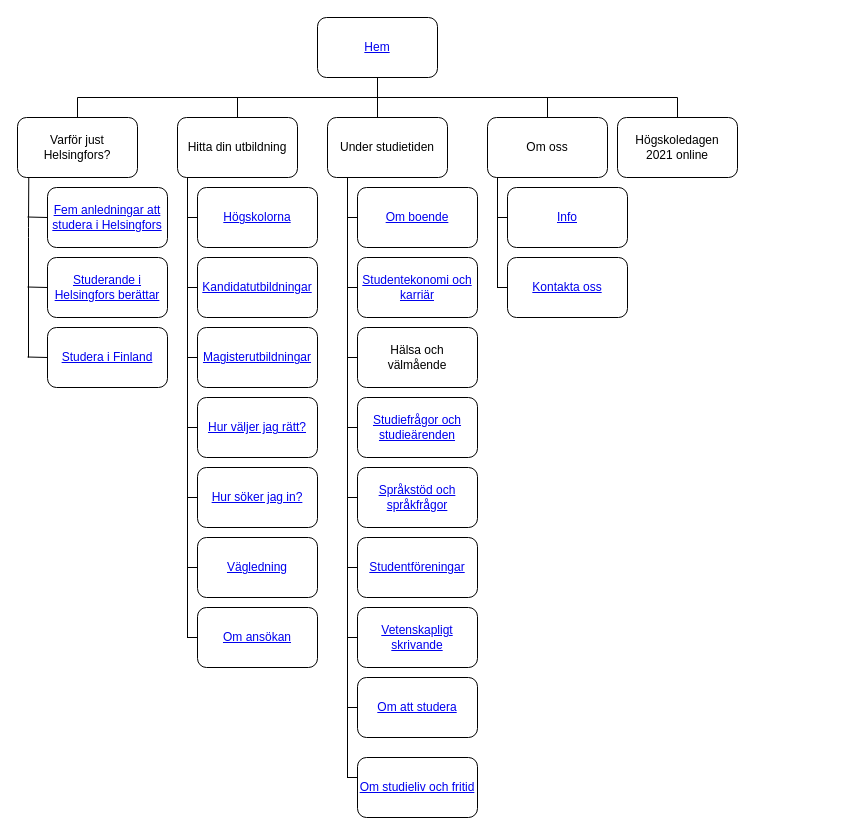
Romuruotsalainen/StuderaiHelsingfors keeps this draw.io diagram as SiH utvidgad.drawio. Above is the earlier version. Source tidied: cells renumbered, new cells numbered last; positions are measured from the earlier drawing's top-left corner, leaving out a move shared by most shapes. Both pictures are drawn from the tidied source at 100%, with x=0, y=0 at pixel (17, 17).
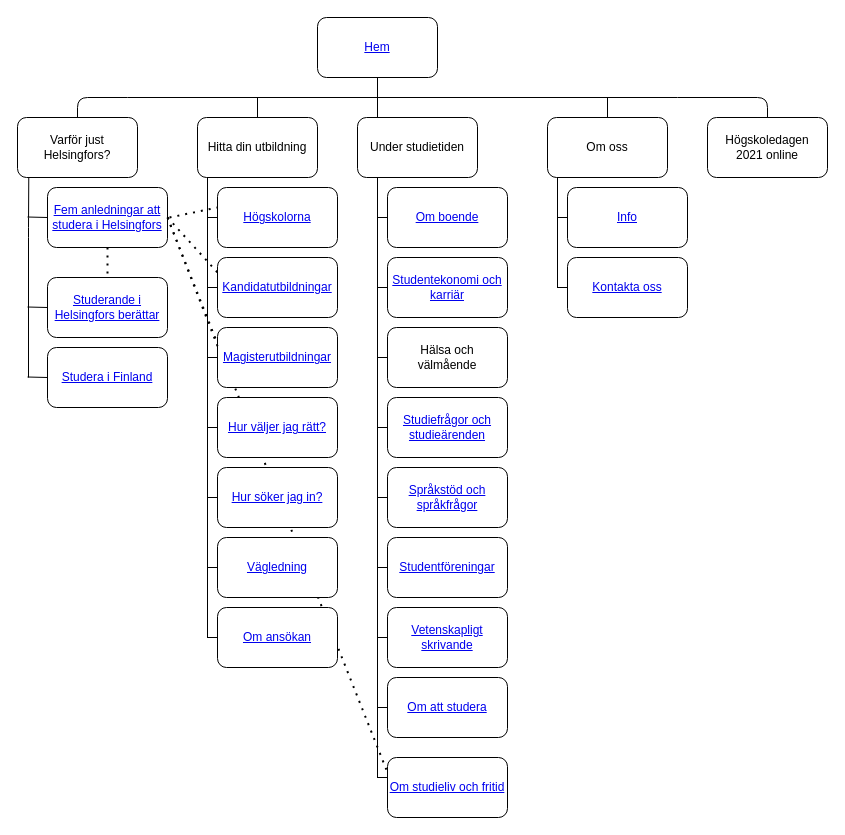
After the change.

Unchanged cells that the change refers to:
```xml
<mxCell id="3" value="Varför just Helsingfors?" style="rounded=1;whiteSpace=wrap;html=1;strokeWidth=1;" parent="1" vertex="1">
  <mxGeometry y="100" width="120" height="60" as="geometry" />
</mxCell>
```

What changed in the source:
```diff
@@
+    <mxCell id="59" style="endArrow=none;dashed=1;html=1;dashPattern=1 3;strokeWidth=2;entryX=0;entryY=0.25;entryDx=0;entryDy=0;" parent="1" edge="1" target="53">
+      <mxGeometry relative="1" as="geometry">
+        <mxPoint x="150" y="200" as="sourcePoint" />
+      </mxGeometry>
+    </mxCell>
@@
     <mxCell id="4" value="Hitta din utbildning" style="rounded=1;whiteSpace=wrap;html=1;strokeWidth=1;" parent="1" vertex="1">
-      <mxGeometry x="160" y="100" width="120" height="60" as="geometry" />
+      <mxGeometry x="180" y="100" width="120" height="60" as="geometry" />
     </mxCell>
     <mxCell id="5" value="Under studietiden" style="rounded=1;whiteSpace=wrap;html=1;strokeWidth=1;" parent="1" vertex="1">
-      <mxGeometry x="310" y="100" width="120" height="60" as="geometry" />
+      <mxGeometry x="340" y="100" width="120" height="60" as="geometry" />
     </mxCell>
     <mxCell id="6" value="Om oss" style="rounded=1;whiteSpace=wrap;html=1;strokeWidth=1;" parent="1" vertex="1">
-      <mxGeometry x="470" y="100" width="120" height="60" as="geometry" />
+      <mxGeometry x="530" y="100" width="120" height="60" as="geometry" />
     </mxCell>
     <mxCell id="7" value="Högskoledagen &lt;br&gt;2021 online" style="rounded=1;whiteSpace=wrap;html=1;strokeWidth=1;" parent="1" vertex="1">
-      <mxGeometry x="600" y="100" width="120" height="60" as="geometry" />
+      <mxGeometry x="690" y="100" width="120" height="60" as="geometry" />
     </mxCell>
-    <mxCell id="8" value="&lt;a href=&quot;https://www.studeraihelsingfors.fi/helsingfors/&quot;&gt;Fem anledningar att studera i Helsingfors&lt;/a&gt;" style="rounded=1;whiteSpace=wrap;html=1;strokeWidth=1;" parent="1" vertex="1">
+    <mxCell id="8" value="&lt;a href=&quot;https://github.com/Romuruotsalainen/StuderaiHelsingfors/blob/main/Fem anledningar att studera i Helsingfors&quot;&gt;Fem anledningar att studera i Helsingfors&lt;/a&gt;" style="rounded=1;whiteSpace=wrap;html=1;strokeWidth=1;" parent="1" vertex="1">
       <mxGeometry x="30" y="170" width="120" height="60" as="geometry" />
     </mxCell>
     <mxCell id="9" style="endArrow=none;html=1;exitX=0.5;exitY=0;exitDx=0;exitDy=0;strokeWidth=1;" parent="1" edge="1" source="3">
       <mxGeometry relative="1" as="geometry">
-        <mxPoint x="60" y="80" as="targetPoint" />
+        <mxPoint x="110" y="80" as="targetPoint" />
+        <Array as="points">
+          <mxPoint x="60" y="80" />
+        </Array>
       </mxGeometry>
     </mxCell>
     <mxCell id="10" style="endArrow=none;html=1;strokeWidth=1;" parent="1" edge="1">
       <mxGeometry relative="1" as="geometry">
-        <mxPoint x="60" y="80" as="sourcePoint" />
+        <mxPoint x="110" y="80" as="sourcePoint" />
         <mxPoint x="660" y="80" as="targetPoint" />
       </mxGeometry>
     </mxCell>
@@
     <mxCell id="12" style="endArrow=none;html=1;strokeWidth=1;" parent="1" edge="1" source="6">
       <mxGeometry relative="1" as="geometry">
-        <mxPoint x="530" y="80" as="targetPoint" />
+        <mxPoint x="590" y="80" as="targetPoint" />
       </mxGeometry>
     </mxCell>
     <mxCell id="13" style="endArrow=none;html=1;exitX=0.5;exitY=0;exitDx=0;exitDy=0;strokeWidth=1;" parent="1" edge="1" source="4">
       <mxGeometry relative="1" as="geometry">
-        <mxPoint x="220" y="80" as="targetPoint" />
+        <mxPoint x="240" y="80" as="targetPoint" />
       </mxGeometry>
     </mxCell>
     <mxCell id="14" style="endArrow=none;html=1;entryX=0.094;entryY=1;entryDx=0;entryDy=0;entryPerimeter=0;strokeWidth=1;" parent="1" edge="1" target="3">
       <mxGeometry relative="1" as="geometry">
-        <mxPoint x="11" y="340" as="sourcePoint" />
+        <mxPoint x="11" y="360" as="sourcePoint" />
         <Array as="points">
           <mxPoint x="11" y="210" />
         </Array>
       </mxGeometry>
     </mxCell>
     <mxCell id="15" value="&lt;a href=&quot;https://www.studeraihelsingfors.fi/hogskolor/&quot;&gt;Högskolorna&lt;/a&gt;" style="rounded=1;whiteSpace=wrap;html=1;strokeWidth=1;" parent="1" vertex="1">
-      <mxGeometry x="180" y="170" width="120" height="60" as="geometry" />
+      <mxGeometry x="200" y="170" width="120" height="60" as="geometry" />
     </mxCell>
     <mxCell id="16" value="&lt;a href=&quot;https://www.studeraihelsingfors.fi/kandidatutbildningar/&quot;&gt;Kandidatutbildningar&lt;/a&gt;" style="rounded=1;whiteSpace=wrap;html=1;strokeWidth=1;" parent="1" vertex="1">
-      <mxGeometry x="180" y="240" width="120" height="60" as="geometry" />
+      <mxGeometry x="200" y="240" width="120" height="60" as="geometry" />
     </mxCell>
     <mxCell id="17" value="&lt;a href=&quot;https://www.studeraihelsingfors.fi/vara-studenter-berattar/&quot;&gt;Studerande i Helsingfors berättar&lt;/a&gt;" style="rounded=1;whiteSpace=wrap;html=1;strokeWidth=1;" parent="1" vertex="1">
-      <mxGeometry x="30" y="240" width="120" height="60" as="geometry" />
+      <mxGeometry x="30" y="260" width="120" height="60" as="geometry" />
     </mxCell>
     <mxCell id="18" value="&lt;a href=&quot;https://www.studeraihelsingfors.fi/studera-i-finland/&quot;&gt;Studera i Finland&lt;/a&gt;" style="rounded=1;whiteSpace=wrap;html=1;strokeWidth=1;" parent="1" vertex="1">
-      <mxGeometry x="30" y="310" width="120" height="60" as="geometry" />
+      <mxGeometry x="30" y="330" width="120" height="60" as="geometry" />
     </mxCell>
@@
     <mxCell id="20" style="endArrow=none;html=1;strokeWidth=1;" parent="1" edge="1">
       <mxGeometry relative="1" as="geometry">
-        <mxPoint x="10" y="269.5" as="sourcePoint" />
-        <mxPoint x="30" y="270" as="targetPoint" />
+        <mxPoint x="10" y="289.5" as="sourcePoint" />
+        <mxPoint x="30" y="290" as="targetPoint" />
       </mxGeometry>
     </mxCell>
     <mxCell id="21" style="endArrow=none;html=1;strokeWidth=1;" parent="1" edge="1">
       <mxGeometry relative="1" as="geometry">
-        <mxPoint x="10" y="339.5" as="sourcePoint" />
-        <mxPoint x="30" y="340" as="targetPoint" />
+        <mxPoint x="10" y="359.5" as="sourcePoint" />
+        <mxPoint x="30" y="360" as="targetPoint" />
       </mxGeometry>
     </mxCell>
     <mxCell id="22" value="&lt;a href=&quot;https://www.studeraihelsingfors.fi/hur-soker-jag/&quot;&gt;Hur söker jag in?&lt;/a&gt;" style="rounded=1;whiteSpace=wrap;html=1;strokeWidth=1;" parent="1" vertex="1">
-      <mxGeometry x="180" y="450" width="120" height="60" as="geometry" />
+      <mxGeometry x="200" y="450" width="120" height="60" as="geometry" />
     </mxCell>
     <mxCell id="23" value="&lt;a href=&quot;https://www.studeraihelsingfors.fi/hur-valjer-jag/&quot;&gt;Hur väljer jag rätt?&lt;/a&gt;" style="rounded=1;whiteSpace=wrap;html=1;strokeWidth=1;" parent="1" vertex="1">
-      <mxGeometry x="180" y="380" width="120" height="60" as="geometry" />
+      <mxGeometry x="200" y="380" width="120" height="60" as="geometry" />
     </mxCell>
     <mxCell id="24" value="&lt;a href=&quot;https://www.studeraihelsingfors.fi/utbildningar-pa-magisterniva/&quot;&gt;Magisterutbildningar&lt;/a&gt;" style="rounded=1;whiteSpace=wrap;html=1;strokeWidth=1;" parent="1" vertex="1">
-      <mxGeometry x="180" y="310" width="120" height="60" as="geometry" />
+      <mxGeometry x="200" y="310" width="120" height="60" as="geometry" />
     </mxCell>
     <mxCell id="25" style="shape=partialRectangle;whiteSpace=wrap;html=1;bottom=0;right=0;fillColor=none;direction=north;strokeWidth=1;" parent="1" vertex="1">
-      <mxGeometry x="170" y="160" width="10" height="390" as="geometry" />
+      <mxGeometry x="190" y="160" width="10" height="390" as="geometry" />
     </mxCell>
     <mxCell id="26" style="shape=partialRectangle;whiteSpace=wrap;html=1;bottom=0;right=0;fillColor=none;direction=north;strokeWidth=1;" parent="1" vertex="1">
-      <mxGeometry x="330" y="160" width="10" height="40" as="geometry" />
+      <mxGeometry x="360" y="160" width="10" height="40" as="geometry" />
     </mxCell>
     <mxCell id="27" style="shape=partialRectangle;whiteSpace=wrap;html=1;bottom=0;right=0;fillColor=none;direction=north;strokeWidth=1;" parent="1" vertex="1">
-      <mxGeometry x="170" y="290" width="10" height="120" as="geometry" />
+      <mxGeometry x="190" y="290" width="10" height="120" as="geometry" />
     </mxCell>
     <mxCell id="28" style="shape=partialRectangle;whiteSpace=wrap;html=1;bottom=0;right=0;fillColor=none;direction=north;strokeWidth=1;" parent="1" vertex="1">
-      <mxGeometry x="170" y="230" width="10" height="110" as="geometry" />
+      <mxGeometry x="190" y="230" width="10" height="110" as="geometry" />
     </mxCell>
     <mxCell id="29" style="shape=partialRectangle;whiteSpace=wrap;html=1;bottom=0;right=0;fillColor=none;direction=north;strokeWidth=1;" parent="1" vertex="1">
-      <mxGeometry x="170" y="160" width="10" height="110" as="geometry" />
+      <mxGeometry x="190" y="160" width="10" height="110" as="geometry" />
     </mxCell>
     <mxCell id="30" style="shape=partialRectangle;whiteSpace=wrap;html=1;bottom=0;right=0;fillColor=none;direction=north;strokeWidth=1;" parent="1" vertex="1">
-      <mxGeometry x="170" y="160" width="10" height="40" as="geometry" />
+      <mxGeometry x="190" y="160" width="10" height="40" as="geometry" />
     </mxCell>
     <mxCell id="31" style="shape=partialRectangle;whiteSpace=wrap;html=1;bottom=0;right=0;fillColor=none;direction=north;strokeWidth=1;" parent="1" vertex="1">
-      <mxGeometry x="170" y="430" width="10" height="120" as="geometry" />
+      <mxGeometry x="190" y="430" width="10" height="120" as="geometry" />
     </mxCell>
     <mxCell id="32" style="shape=partialRectangle;whiteSpace=wrap;html=1;bottom=0;right=0;fillColor=none;direction=north;strokeWidth=1;" parent="1" vertex="1">
-      <mxGeometry x="170" y="360" width="10" height="120" as="geometry" />
+      <mxGeometry x="190" y="360" width="10" height="120" as="geometry" />
     </mxCell>
     <mxCell id="33" value="&lt;a href=&quot;https://www.studeraihelsingfors.fi/vagledning/&quot;&gt;Vägledning&lt;/a&gt;" style="rounded=1;whiteSpace=wrap;html=1;strokeWidth=1;" parent="1" vertex="1">
-      <mxGeometry x="180" y="520" width="120" height="60" as="geometry" />
+      <mxGeometry x="200" y="520" width="120" height="60" as="geometry" />
     </mxCell>
     <mxCell id="34" value="&lt;a href=&quot;https://www.studeraihelsingfors.fi/helsingfors/vanliga-fragor-om-ansokan/&quot;&gt;Om ansökan&lt;/a&gt;" style="rounded=1;whiteSpace=wrap;html=1;strokeWidth=1;" parent="1" vertex="1">
-      <mxGeometry x="180" y="590" width="120" height="60" as="geometry" />
+      <mxGeometry x="200" y="590" width="120" height="60" as="geometry" />
     </mxCell>
     <mxCell id="35" style="shape=partialRectangle;whiteSpace=wrap;html=1;bottom=0;right=0;fillColor=none;direction=north;strokeWidth=1;" parent="1" vertex="1">
-      <mxGeometry x="170" y="500" width="10" height="120" as="geometry" />
+      <mxGeometry x="190" y="500" width="10" height="120" as="geometry" />
     </mxCell>
     <mxCell id="36" value="Hälsa och &lt;br&gt;välmående" style="rounded=1;whiteSpace=wrap;html=1;strokeWidth=1;" parent="1" vertex="1">
-      <mxGeometry x="340" y="310" width="120" height="60" as="geometry" />
+      <mxGeometry x="370" y="310" width="120" height="60" as="geometry" />
     </mxCell>
     <mxCell id="37" value="&lt;a href=&quot;https://www.studeraihelsingfors.fi/helsingfors/hitta-bostad-i-helsingfors/&quot;&gt;Om boende&lt;/a&gt;" style="rounded=1;whiteSpace=wrap;html=1;strokeWidth=1;" parent="1" vertex="1">
-      <mxGeometry x="340" y="170" width="120" height="60" as="geometry" />
+      <mxGeometry x="370" y="170" width="120" height="60" as="geometry" />
     </mxCell>
     <mxCell id="38" value="&lt;a href=&quot;https://www.studeraihelsingfors.fi/sprakalliansen-tips-om-vetenskapligt-skrivande/&quot;&gt;Vetenskapligt skrivande&lt;/a&gt;" style="rounded=1;whiteSpace=wrap;html=1;strokeWidth=1;" parent="1" vertex="1">
-      <mxGeometry x="340" y="590" width="120" height="60" as="geometry" />
+      <mxGeometry x="370" y="590" width="120" height="60" as="geometry" />
     </mxCell>
     <mxCell id="39" value="&lt;a href=&quot;https://www.studeraihelsingfors.fi/studiefragor-studiearenden/&quot;&gt;Studiefrågor och studieärenden&lt;/a&gt;" style="rounded=1;whiteSpace=wrap;html=1;strokeWidth=1;" parent="1" vertex="1">
-      <mxGeometry x="340" y="380" width="120" height="60" as="geometry" />
+      <mxGeometry x="370" y="380" width="120" height="60" as="geometry" />
     </mxCell>
     <mxCell id="40" value="&lt;a href=&quot;https://www.studeraihelsingfors.fi/studentforeningar/&quot;&gt;Studentföreningar&lt;/a&gt;" style="rounded=1;whiteSpace=wrap;html=1;strokeWidth=1;" parent="1" vertex="1">
-      <mxGeometry x="340" y="520" width="120" height="60" as="geometry" />
+      <mxGeometry x="370" y="520" width="120" height="60" as="geometry" />
     </mxCell>
     <mxCell id="41" value="&lt;a href=&quot;https://www.studeraihelsingfors.fi/sprakstod-och-sprakfragor/&quot;&gt;Språkstöd och språkfrågor&lt;/a&gt;" style="rounded=1;whiteSpace=wrap;html=1;strokeWidth=1;" parent="1" vertex="1">
-      <mxGeometry x="340" y="450" width="120" height="60" as="geometry" />
+      <mxGeometry x="370" y="450" width="120" height="60" as="geometry" />
     </mxCell>
     <mxCell id="42" value="&lt;a href=&quot;https://www.studeraihelsingfors.fi/helsingfors/studentekonomi-och-karriar/&quot;&gt;Studentekonomi och karriär&lt;/a&gt;" style="rounded=1;whiteSpace=wrap;html=1;strokeWidth=1;" parent="1" vertex="1">
-      <mxGeometry x="340" y="240" width="120" height="60" as="geometry" />
+      <mxGeometry x="370" y="240" width="120" height="60" as="geometry" />
     </mxCell>
     <mxCell id="43" style="shape=partialRectangle;whiteSpace=wrap;html=1;bottom=0;right=0;fillColor=none;direction=north;strokeWidth=1;" parent="1" vertex="1">
-      <mxGeometry x="330" y="160" width="10" height="40" as="geometry" />
+      <mxGeometry x="360" y="160" width="10" height="40" as="geometry" />
     </mxCell>
     <mxCell id="44" style="shape=partialRectangle;whiteSpace=wrap;html=1;bottom=0;right=0;fillColor=none;direction=north;strokeWidth=1;" parent="1" vertex="1">
-      <mxGeometry x="330" y="200" width="10" height="70" as="geometry" />
+      <mxGeometry x="360" y="200" width="10" height="70" as="geometry" />
     </mxCell>
     <mxCell id="45" style="shape=partialRectangle;whiteSpace=wrap;html=1;bottom=0;right=0;fillColor=none;direction=north;strokeWidth=1;" parent="1" vertex="1">
-      <mxGeometry x="330" y="410" width="10" height="70" as="geometry" />
+      <mxGeometry x="360" y="410" width="10" height="70" as="geometry" />
     </mxCell>
     <mxCell id="46" style="shape=partialRectangle;whiteSpace=wrap;html=1;bottom=0;right=0;fillColor=none;direction=north;strokeWidth=1;" parent="1" vertex="1">
-      <mxGeometry x="330" y="690" width="10" height="70" as="geometry" />
+      <mxGeometry x="360" y="690" width="10" height="70" as="geometry" />
     </mxCell>
     <mxCell id="47" style="shape=partialRectangle;whiteSpace=wrap;html=1;bottom=0;right=0;fillColor=none;direction=north;strokeWidth=1;" parent="1" vertex="1">
-      <mxGeometry x="330" y="550" width="10" height="70" as="geometry" />
+      <mxGeometry x="360" y="550" width="10" height="70" as="geometry" />
     </mxCell>
     <mxCell id="48" style="shape=partialRectangle;whiteSpace=wrap;html=1;bottom=0;right=0;fillColor=none;direction=north;strokeWidth=1;" parent="1" vertex="1">
-      <mxGeometry x="330" y="620" width="10" height="70" as="geometry" />
+      <mxGeometry x="360" y="620" width="10" height="70" as="geometry" />
     </mxCell>
     <mxCell id="49" style="shape=partialRectangle;whiteSpace=wrap;html=1;bottom=0;right=0;fillColor=none;direction=north;strokeWidth=1;" parent="1" vertex="1">
-      <mxGeometry x="330" y="480" width="10" height="70" as="geometry" />
+      <mxGeometry x="360" y="480" width="10" height="70" as="geometry" />
     </mxCell>
     <mxCell id="50" style="shape=partialRectangle;whiteSpace=wrap;html=1;bottom=0;right=0;fillColor=none;direction=north;strokeWidth=1;" parent="1" vertex="1">
-      <mxGeometry x="330" y="270" width="10" height="70" as="geometry" />
+      <mxGeometry x="360" y="270" width="10" height="70" as="geometry" />
     </mxCell>
     <mxCell id="51" style="shape=partialRectangle;whiteSpace=wrap;html=1;bottom=0;right=0;fillColor=none;direction=north;strokeWidth=1;" parent="1" vertex="1">
-      <mxGeometry x="330" y="340" width="10" height="70" as="geometry" />
+      <mxGeometry x="360" y="340" width="10" height="70" as="geometry" />
     </mxCell>
     <mxCell id="52" value="&lt;a href=&quot;https://www.studeraihelsingfors.fi/om-helsingforsalliansen/&quot;&gt;Info&lt;/a&gt;" style="rounded=1;whiteSpace=wrap;html=1;strokeWidth=1;" parent="1" vertex="1">
-      <mxGeometry x="490" y="170" width="120" height="60" as="geometry" />
+      <mxGeometry x="550" y="170" width="120" height="60" as="geometry" />
     </mxCell>
     <mxCell id="53" value="&lt;a href=&quot;https://www.studeraihelsingfors.fi/helsingfors/studieliv-och-fritid/&quot;&gt;Om studieliv och fritid&lt;/a&gt;" style="rounded=1;whiteSpace=wrap;html=1;strokeWidth=1;" parent="1" vertex="1">
-      <mxGeometry x="340" y="740" width="120" height="60" as="geometry" />
+      <mxGeometry x="370" y="740" width="120" height="60" as="geometry" />
     </mxCell>
     <mxCell id="54" value="&lt;a href=&quot;https://www.studeraihelsingfors.fi/helsingfors/fragor-om-att-studera/&quot;&gt;Om att studera&lt;/a&gt;" style="rounded=1;whiteSpace=wrap;html=1;strokeWidth=1;" parent="1" vertex="1">
-      <mxGeometry x="340" y="660" width="120" height="60" as="geometry" />
+      <mxGeometry x="370" y="660" width="120" height="60" as="geometry" />
     </mxCell>
     <mxCell id="55" value="&lt;a href=&quot;https://www.studeraihelsingfors.fi/stall-en-fraga/&quot;&gt;Kontakta oss&lt;/a&gt;" style="rounded=1;whiteSpace=wrap;html=1;strokeWidth=1;" parent="1" vertex="1">
-      <mxGeometry x="490" y="240" width="120" height="60" as="geometry" />
+      <mxGeometry x="550" y="240" width="120" height="60" as="geometry" />
     </mxCell>
     <mxCell id="56" style="shape=partialRectangle;whiteSpace=wrap;html=1;bottom=0;right=0;fillColor=none;direction=north;strokeWidth=1;" parent="1" vertex="1">
-      <mxGeometry x="480" y="160" width="10" height="40" as="geometry" />
+      <mxGeometry x="540" y="160" width="10" height="40" as="geometry" />
     </mxCell>
     <mxCell id="57" style="shape=partialRectangle;whiteSpace=wrap;html=1;bottom=0;right=0;fillColor=none;direction=north;strokeWidth=1;" parent="1" vertex="1">
-      <mxGeometry x="480" y="200" width="10" height="70" as="geometry" />
+      <mxGeometry x="540" y="200" width="10" height="70" as="geometry" />
     </mxCell>
-    <mxCell id="58" style="endArrow=none;html=1;entryX=0.5;entryY=0;entryDx=0;entryDy=0;" parent="1" edge="1">
+    <mxCell id="58" style="endArrow=none;html=1;entryX=0.5;entryY=0;entryDx=0;entryDy=0;" parent="1" edge="1" target="7">
       <mxGeometry relative="1" as="geometry">
         <mxPoint x="660" y="80" as="sourcePoint" />
-        <mxPoint x="660" y="100" as="targetPoint" />
+        <Array as="points">
+          <mxPoint x="750" y="80" />
+        </Array>
       </mxGeometry>
     </mxCell>
+    <mxCell id="60" style="endArrow=none;dashed=1;html=1;dashPattern=1 3;strokeWidth=2;entryX=0.25;entryY=1;entryDx=0;entryDy=0;" parent="1" edge="1" target="30">
+      <mxGeometry relative="1" as="geometry">
+        <mxPoint x="152" y="200" as="sourcePoint" />
+      </mxGeometry>
+    </mxCell>
+    <mxCell id="61" style="endArrow=none;dashed=1;html=1;dashPattern=1 3;strokeWidth=2;exitX=1;exitY=0.5;exitDx=0;exitDy=0;entryX=0;entryY=0.25;entryDx=0;entryDy=0;" parent="1" edge="1" source="8" target="16">
+      <mxGeometry relative="1" as="geometry" />
+    </mxCell>
+    <mxCell id="62" style="endArrow=none;dashed=1;html=1;dashPattern=1 3;strokeWidth=2;entryX=0.095;entryY=1.04;entryDx=0;entryDy=0;entryPerimeter=0;" parent="1" edge="1" target="28">
+      <mxGeometry relative="1" as="geometry">
+        <mxPoint x="150" y="200" as="sourcePoint" />
+      </mxGeometry>
+    </mxCell>
+    <mxCell id="63" style="endArrow=none;dashed=1;html=1;dashPattern=1 3;strokeWidth=2;exitX=0.5;exitY=1;exitDx=0;exitDy=0;entryX=0.5;entryY=0;entryDx=0;entryDy=0;" parent="1" edge="1" source="8" target="17">
+      <mxGeometry relative="1" as="geometry" />
+    </mxCell>
```
